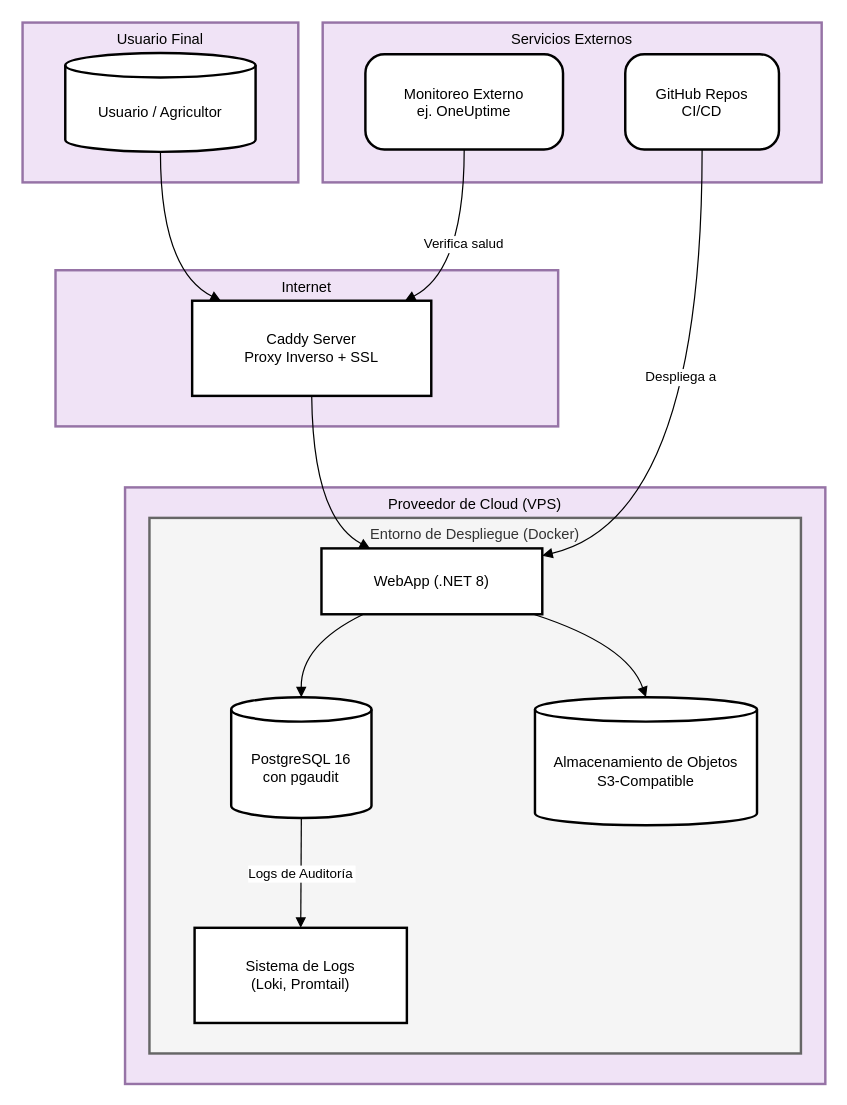
The draw.io diagram Docs DevOps/es/Modelado/Diagrama Arquitectura.drawio in RFGRONA/ArandanoIRT, before the edit. Source tidied: cells renumbered, new cells numbered last; positions are measured from the earlier drawing's top-left corner, leaving out a move shared by most shapes. Both pictures are drawn from the tidied source at 122%, with x=0, y=0 at pixel (22, 22).
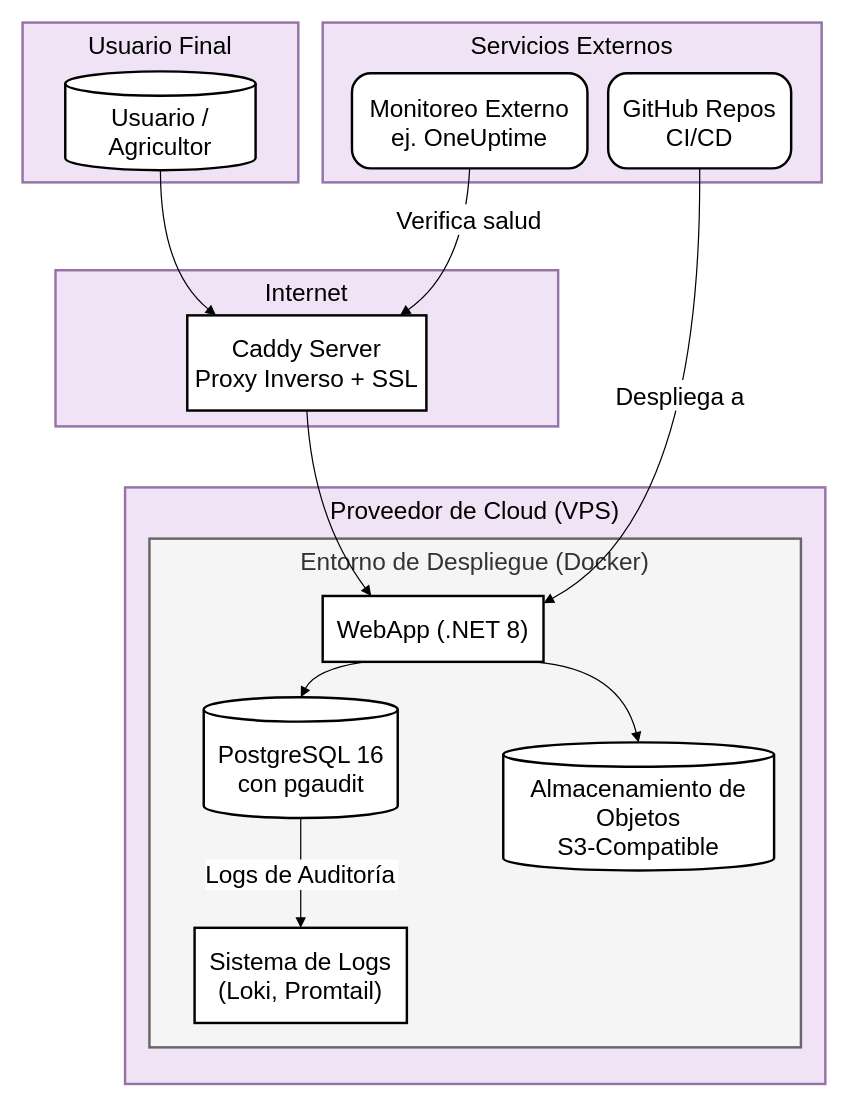
Above is the later version.

The edit, as a diff of the source:
```diff
@@
-    <mxCell id="2" value="Servicios Externos" style="whiteSpace=wrap;strokeWidth=2;verticalAlign=top;fillColor=#F0E3F6;strokeColor=#9673a6;" parent="1" vertex="1">
+    <mxCell id="2" value="Servicios Externos" style="whiteSpace=wrap;strokeWidth=2;verticalAlign=top;fillColor=#F0E3F6;strokeColor=#9673a6;fontSize=20;" parent="1" vertex="1">
       <mxGeometry x="246" width="409" height="131" as="geometry" />
     </mxCell>
-    <mxCell id="3" value="Proveedor de Cloud (VPS)" style="whiteSpace=wrap;strokeWidth=2;verticalAlign=top;fillColor=#F0E3F6;strokeColor=#9673a6;" parent="1" vertex="1">
+    <mxCell id="3" value="Proveedor de Cloud (VPS)" style="whiteSpace=wrap;strokeWidth=2;verticalAlign=top;fillColor=#F0E3F6;strokeColor=#9673a6;fontSize=20;" parent="1" vertex="1">
       <mxGeometry x="84" y="381" width="574" height="489" as="geometry" />
     </mxCell>
-    <mxCell id="4" value="Entorno de Despliegue (Docker)" style="whiteSpace=wrap;strokeWidth=2;verticalAlign=top;fillColor=#f5f5f5;strokeColor=#666666;fontColor=#333333;" parent="1" vertex="1">
-      <mxGeometry x="104" y="406" width="534" height="439" as="geometry" />
+    <mxCell id="4" value="Entorno de Despliegue (Docker)" style="whiteSpace=wrap;strokeWidth=2;verticalAlign=top;fillColor=#f5f5f5;strokeColor=#666666;fontColor=#333333;fontSize=20;" parent="1" vertex="1">
+      <mxGeometry x="104" y="423" width="534" height="417" as="geometry" />
     </mxCell>
-    <mxCell id="5" value="Internet" style="whiteSpace=wrap;strokeWidth=2;verticalAlign=top;fillColor=#F0E3F6;strokeColor=#9673a6;" parent="1" vertex="1">
+    <mxCell id="5" value="Internet" style="whiteSpace=wrap;strokeWidth=2;verticalAlign=top;fillColor=#F0E3F6;strokeColor=#9673a6;fontSize=20;" parent="1" vertex="1">
       <mxGeometry x="27" y="203" width="412" height="128" as="geometry" />
     </mxCell>
-    <mxCell id="6" value="Usuario Final" style="whiteSpace=wrap;strokeWidth=2;verticalAlign=top;fillColor=#F0E3F6;strokeColor=#9673a6;" parent="1" vertex="1">
+    <mxCell id="6" value="Usuario Final" style="whiteSpace=wrap;strokeWidth=2;verticalAlign=top;fillColor=#F0E3F6;strokeColor=#9673a6;fontSize=20;" parent="1" vertex="1">
       <mxGeometry width="226" height="131" as="geometry" />
     </mxCell>
-    <mxCell id="7" value="Usuario / Agricultor" style="shape=cylinder3;boundedLbl=1;backgroundOutline=1;size=10;strokeWidth=2;whiteSpace=wrap;" parent="1" vertex="1">
-      <mxGeometry x="35" y="25" width="156" height="81" as="geometry" />
+    <mxCell id="7" value="Usuario / Agricultor" style="shape=cylinder3;boundedLbl=1;backgroundOutline=1;size=10;strokeWidth=2;whiteSpace=wrap;fontSize=20;" parent="1" vertex="1">
+      <mxGeometry x="35" y="40" width="156" height="81" as="geometry" />
     </mxCell>
-    <mxCell id="8" value="Caddy Server &#10; Proxy Inverso + SSL" style="whiteSpace=wrap;strokeWidth=2;" parent="1" vertex="1">
-      <mxGeometry x="139" y="228" width="196" height="78" as="geometry" />
+    <mxCell id="8" value="Caddy Server &#10; Proxy Inverso + SSL" style="whiteSpace=wrap;strokeWidth=2;fontSize=20;" parent="1" vertex="1">
+      <mxGeometry x="135" y="240" width="196" height="78" as="geometry" />
     </mxCell>
-    <mxCell id="9" value="WebApp (.NET 8)" style="whiteSpace=wrap;strokeWidth=2;" parent="1" vertex="1">
-      <mxGeometry x="245" y="431" width="181" height="54" as="geometry" />
+    <mxCell id="9" value="WebApp (.NET 8)" style="whiteSpace=wrap;strokeWidth=2;fontSize=20;" parent="1" vertex="1">
+      <mxGeometry x="246" y="470" width="181" height="54" as="geometry" />
     </mxCell>
-    <mxCell id="10" value="PostgreSQL 16 &#10; con pgaudit" style="shape=cylinder3;boundedLbl=1;backgroundOutline=1;size=10;strokeWidth=2;whiteSpace=wrap;" parent="1" vertex="1">
-      <mxGeometry x="171" y="553" width="115" height="99" as="geometry" />
+    <mxCell id="10" value="PostgreSQL 16 &#10; con pgaudit" style="shape=cylinder3;boundedLbl=1;backgroundOutline=1;size=10;strokeWidth=2;whiteSpace=wrap;fontSize=20;" parent="1" vertex="1">
+      <mxGeometry x="148.5" y="553" width="159" height="99" as="geometry" />
     </mxCell>
-    <mxCell id="11" value="Almacenamiento de Objetos &#10; S3-Compatible" style="shape=cylinder3;boundedLbl=1;backgroundOutline=1;size=10;strokeWidth=2;whiteSpace=wrap;" parent="1" vertex="1">
-      <mxGeometry x="420" y="553" width="182" height="105" as="geometry" />
+    <mxCell id="11" value="Almacenamiento de Objetos &#10; S3-Compatible" style="shape=cylinder3;boundedLbl=1;backgroundOutline=1;size=10;strokeWidth=2;whiteSpace=wrap;fontSize=20;" parent="1" vertex="1">
+      <mxGeometry x="394" y="590" width="222" height="105" as="geometry" />
     </mxCell>
-    <mxCell id="12" value="Sistema de Logs &#10; (Loki, Promtail)" style="whiteSpace=wrap;strokeWidth=2;" parent="1" vertex="1">
+    <mxCell id="12" value="Sistema de Logs &#10; (Loki, Promtail)" style="whiteSpace=wrap;strokeWidth=2;fontSize=20;" parent="1" vertex="1">
       <mxGeometry x="141" y="742" width="174" height="78" as="geometry" />
     </mxCell>
-    <mxCell id="13" value="GitHub Repos &#10; CI/CD" style="rounded=1;arcSize=20;strokeWidth=2;" parent="1" vertex="1">
-      <mxGeometry x="494" y="26" width="126" height="78" as="geometry" />
+    <mxCell id="13" value="GitHub Repos &#10; CI/CD" style="rounded=1;arcSize=20;strokeWidth=2;fontSize=20;" parent="1" vertex="1">
+      <mxGeometry x="480" y="41.5" width="150" height="78" as="geometry" />
     </mxCell>
-    <mxCell id="14" value="Monitoreo Externo &#10; ej. OneUptime" style="rounded=1;arcSize=20;strokeWidth=2;" parent="1" vertex="1">
-      <mxGeometry x="281" y="26" width="162" height="78" as="geometry" />
+    <mxCell id="14" value="Monitoreo Externo &#10; ej. OneUptime" style="rounded=1;arcSize=20;strokeWidth=2;fontSize=20;" parent="1" vertex="1">
+      <mxGeometry x="270" y="41.5" width="193" height="78" as="geometry" />
     </mxCell>
-    <mxCell id="15" style="curved=1;startArrow=none;endArrow=block;exitX=0.5;exitY=1;entryX=0.12;entryY=0;rounded=0;" parent="1" edge="1" source="7" target="8">
+    <mxCell id="15" style="curved=1;startArrow=none;endArrow=block;exitX=0.5;exitY=1;entryX=0.12;entryY=0;rounded=0;fontSize=20;" parent="1" edge="1" source="7" target="8">
       <mxGeometry relative="1" as="geometry">
         <Array as="points">
           <mxPoint x="113" y="203" />
         </Array>
       </mxGeometry>
     </mxCell>
-    <mxCell id="16" style="curved=1;startArrow=none;endArrow=block;exitX=0.5;exitY=1;entryX=0.22;entryY=0;rounded=0;" parent="1" edge="1" source="8" target="9">
+    <mxCell id="16" style="curved=1;startArrow=none;endArrow=block;exitX=0.5;exitY=1;entryX=0.22;entryY=0;rounded=0;fontSize=20;" parent="1" edge="1" source="8" target="9">
       <mxGeometry relative="1" as="geometry">
         <Array as="points">
           <mxPoint x="238" y="406" />
         </Array>
       </mxGeometry>
     </mxCell>
-    <mxCell id="17" style="curved=1;startArrow=none;endArrow=block;exitX=0.19;exitY=1;entryX=0.5;entryY=0;rounded=0;" parent="1" edge="1" source="9" target="10">
+    <mxCell id="17" style="curved=1;startArrow=none;endArrow=block;exitX=0.19;exitY=1;entryX=0.5;entryY=0;rounded=0;fontSize=20;" parent="1" edge="1" source="9" target="10">
       <mxGeometry relative="1" as="geometry">
         <Array as="points">
-          <mxPoint x="228" y="510" />
+          <mxPoint x="240" y="530" />
         </Array>
       </mxGeometry>
     </mxCell>
-    <mxCell id="18" style="curved=1;startArrow=none;endArrow=block;exitX=0.96;exitY=1;entryX=0.5;entryY=0;rounded=0;" parent="1" edge="1" source="9" target="11">
+    <mxCell id="18" style="curved=1;startArrow=none;endArrow=block;exitX=0.96;exitY=1;entryX=0.5;entryY=0;rounded=0;fontSize=20;" parent="1" edge="1" source="9" target="11">
       <mxGeometry relative="1" as="geometry">
         <Array as="points">
-          <mxPoint x="496" y="510" />
+          <mxPoint x="490" y="530" />
         </Array>
       </mxGeometry>
     </mxCell>
-    <mxCell id="19" value="Logs de Auditoría" style="curved=1;startArrow=none;endArrow=block;exitX=0.5;exitY=1;entryX=0.5;entryY=0;rounded=0;" parent="1" edge="1" source="10" target="12">
+    <mxCell id="19" value="Logs de Auditoría" style="curved=1;startArrow=none;endArrow=block;exitX=0.5;exitY=1;entryX=0.5;entryY=0;rounded=0;fontSize=20;" parent="1" edge="1" source="10" target="12">
       <mxGeometry relative="1" as="geometry" />
     </mxCell>
-    <mxCell id="20" value="Despliega a" style="curved=1;startArrow=none;endArrow=block;exitX=0.5;exitY=1;entryX=1;entryY=0.11;rounded=0;" parent="1" edge="1" source="13" target="9">
+    <mxCell id="20" value="Despliega a" style="curved=1;startArrow=none;endArrow=block;exitX=0.5;exitY=1;entryX=1;entryY=0.11;rounded=0;fontSize=20;" parent="1" edge="1" source="13" target="9">
       <mxGeometry x="-0.15" y="-17" relative="1" as="geometry">
         <Array as="points">
           <mxPoint x="557" y="406" />
         </Array>
       </mxGeometry>
     </mxCell>
-    <mxCell id="21" value="Verifica salud" style="curved=1;startArrow=none;endArrow=block;exitX=0.5;exitY=1;entryX=0.89;entryY=0;rounded=0;" parent="1" edge="1" source="14" target="8">
-      <mxGeometry relative="1" as="geometry">
+    <mxCell id="21" value="Verifica salud" style="curved=1;startArrow=none;endArrow=block;exitX=0.5;exitY=1;entryX=0.89;entryY=0;rounded=0;fontSize=20;" parent="1" edge="1" source="14" target="8">
+      <mxGeometry x="-0.45" y="2" relative="1" as="geometry">
         <Array as="points">
           <mxPoint x="362" y="203" />
         </Array>
       </mxGeometry>
     </mxCell>
```
